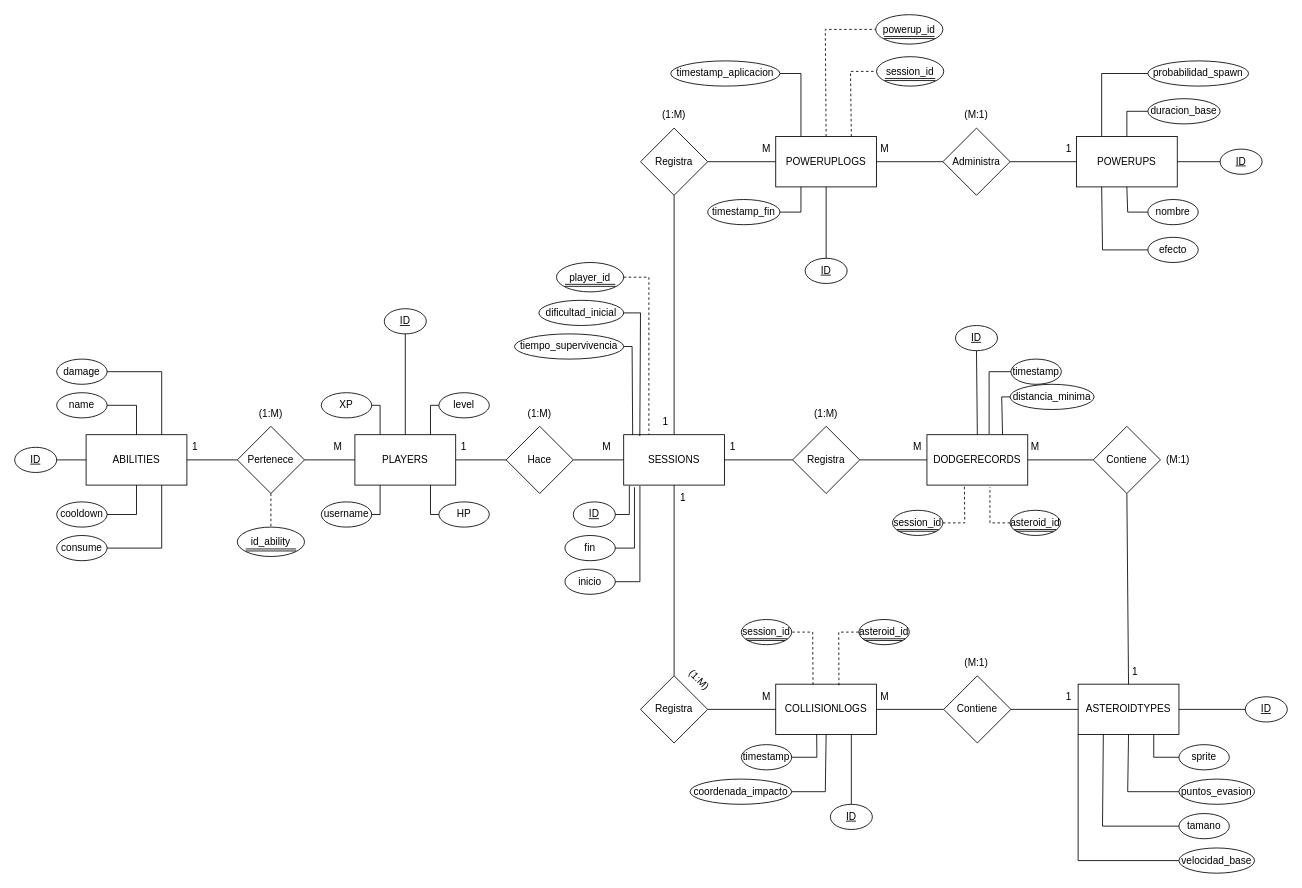
ianfranco255/ProyectoFinaldeA-o keeps this draw.io diagram as DER asteroid Destroy.drawio. Above is the earlier version. Source tidied: cells renumbered, new cells numbered last; positions are measured from the earlier drawing's top-left corner, leaving out a move shared by most shapes. Both pictures are drawn from the tidied source at 84%, with x=0, y=0 at pixel (14, 14).
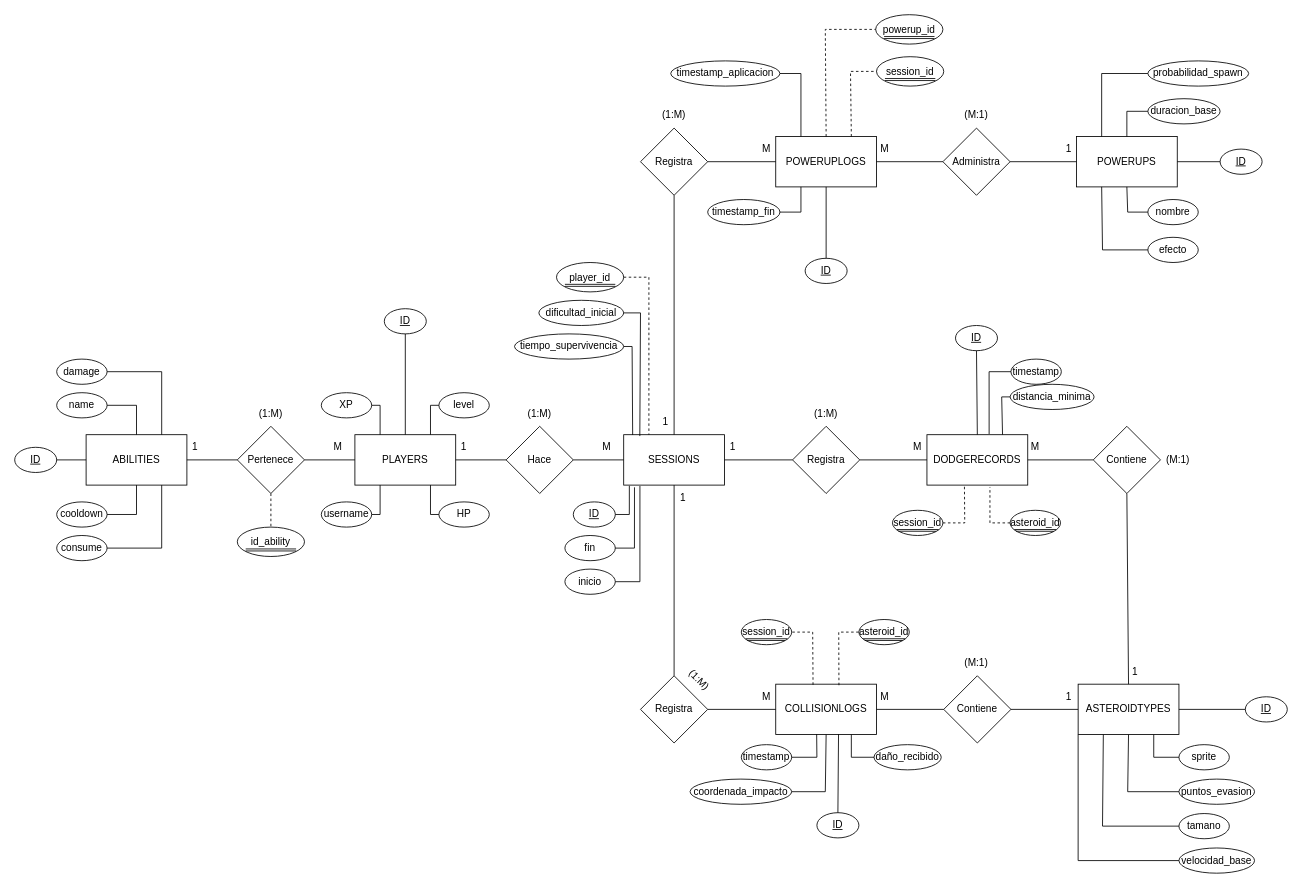
Above is the later version.

Unchanged cells that the change refers to:
```xml
<mxCell id="8" value="COLLISIONLOGS" style="rounded=0;whiteSpace=wrap;html=1;" parent="1" vertex="1">
  <mxGeometry x="906" y="797" width="120" height="60" as="geometry" />
</mxCell>
```

Diff of the diagram source:
```diff
@@
     <mxCell id="131" value="&lt;u&gt;ID&lt;/u&gt;" style="ellipse;whiteSpace=wrap;html=1;shapeInside=1;" parent="1" vertex="1">
-      <mxGeometry x="971" y="940" width="50" height="30" as="geometry" />
+      <mxGeometry x="955" y="950" width="50" height="30" as="geometry" />
     </mxCell>
@@
-    <mxCell id="150" style="endArrow=none;html=1;rounded=0;entryX=0.75;entryY=1;entryDx=0;entryDy=0;exitX=0.5;exitY=0;exitDx=0;exitDy=0;" parent="1" edge="1" source="131" target="8">
+    <mxCell id="150" style="endArrow=none;html=1;rounded=0;entryX=0.623;entryY=0.991;entryDx=0;entryDy=0;exitX=0.5;exitY=0;exitDx=0;exitDy=0;entryPerimeter=0;" parent="1" edge="1" source="131" target="8">
       <mxGeometry relative="1" as="geometry" />
     </mxCell>
@@
+    <mxCell id="163" value="daño_recibido" style="ellipse;whiteSpace=wrap;html=1;shapeInside=1;" parent="1" vertex="1">
+      <mxGeometry x="1023" y="869" width="80" height="30" as="geometry" />
+    </mxCell>
+    <mxCell id="164" style="endArrow=none;html=1;rounded=0;exitX=0;exitY=0.5;exitDx=0;exitDy=0;entryX=0.75;entryY=1;entryDx=0;entryDy=0;" parent="1" edge="1" source="163" target="8">
+      <mxGeometry relative="1" as="geometry">
+        <Array as="points">
+          <mxPoint x="996" y="884" />
+        </Array>
+      </mxGeometry>
+    </mxCell>
```
